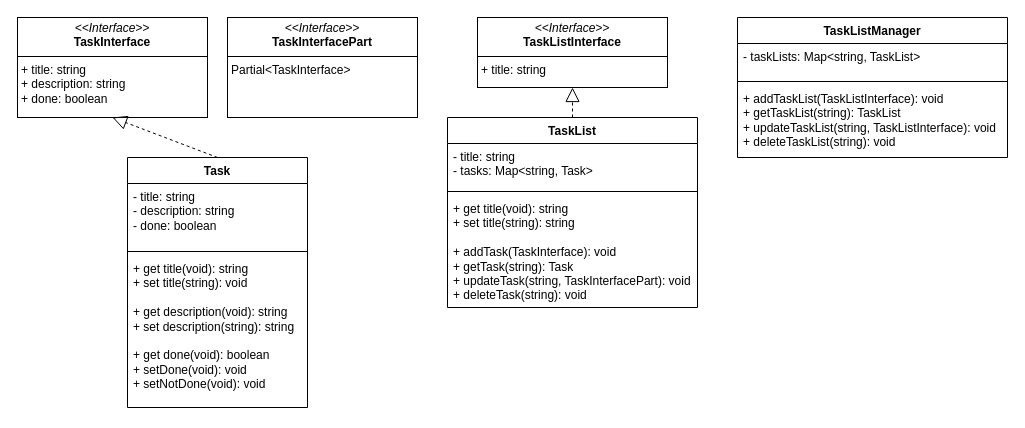
clicamal/poo-task-list keeps this draw.io diagram as poo-lista1.drawio. Above is the earlier version. Source tidied: cells renumbered, new cells numbered last; positions are measured from the earlier drawing's top-left corner, leaving out a move shared by most shapes. Both pictures are drawn from the tidied source at 100%, with x=0, y=0 at pixel (17, 17).
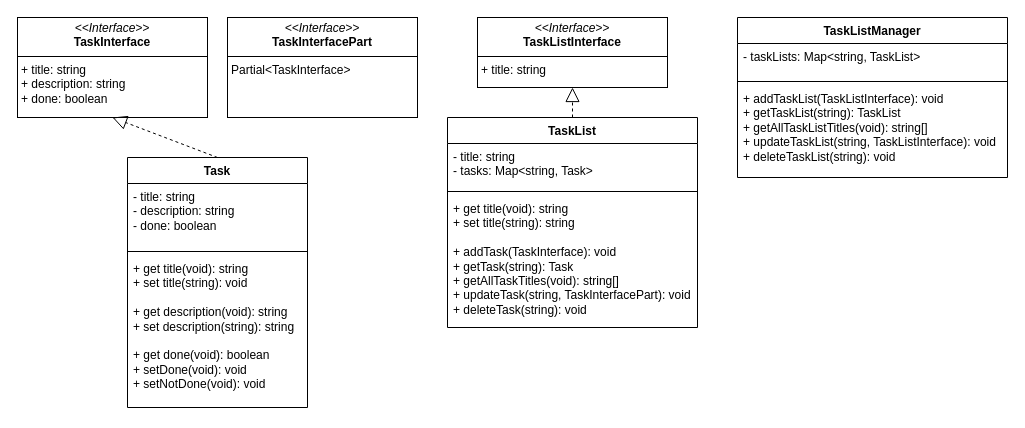
Above is the later version.

Commit message:
Atualizado diagrama

Change to the diagram source:
```diff
@@
 <mxGraphModel>
   <root>
     <mxCell id="0" />
     <mxCell id="1" parent="0" />
     <mxCell id="2" value="&lt;p style=&quot;margin:0px;margin-top:4px;text-align:center;&quot;&gt;&lt;i&gt;&amp;lt;&amp;lt;Interface&amp;gt;&amp;gt;&lt;/i&gt;&lt;br&gt;&lt;b&gt;TaskInterface&lt;/b&gt;&lt;/p&gt;&lt;hr size=&quot;1&quot; style=&quot;border-style:solid;&quot;&gt;&lt;p style=&quot;margin:0px;margin-left:4px;&quot;&gt;+ title: string&lt;br&gt;+ description: string&lt;/p&gt;&lt;p style=&quot;margin:0px;margin-left:4px;&quot;&gt;+ done: boolean&lt;/p&gt;" style="verticalAlign=top;align=left;overflow=fill;html=1;whiteSpace=wrap;" parent="1" vertex="1">
       <mxGeometry width="190" height="100" as="geometry" />
     </mxCell>
     <mxCell id="3" value="Task" style="swimlane;fontStyle=1;align=center;verticalAlign=top;horizontal=1;startSize=26;whiteSpace=wrap;html=1;" parent="1" vertex="1">
       <mxGeometry x="110" y="140" width="180" height="250" as="geometry" />
     </mxCell>
     <mxCell id="4" value="- title: string&lt;div&gt;- description: string&lt;/div&gt;&lt;div&gt;- done: boolean&lt;/div&gt;" style="text;strokeColor=none;fillColor=none;align=left;verticalAlign=top;spacingLeft=4;spacingRight=4;overflow=hidden;whiteSpace=wrap;html=1;" parent="3" vertex="1">
       <mxGeometry y="26" width="180" height="64" as="geometry" />
     </mxCell>
     <mxCell id="5" style="line;strokeWidth=1;fillColor=none;align=left;verticalAlign=middle;spacingTop=-1;spacingLeft=3;spacingRight=3;labelPosition=right;strokeColor=inherit;" parent="3" vertex="1">
       <mxGeometry y="90" width="180" height="8" as="geometry" />
     </mxCell>
     <mxCell id="6" value="+ get title(void): string&lt;div&gt;+ set title(string): void&lt;/div&gt;&lt;div&gt;&lt;br&gt;&lt;/div&gt;&lt;div&gt;+ get description(void): string&lt;/div&gt;&lt;div&gt;+ set description(string): string&lt;/div&gt;&lt;div&gt;&lt;br&gt;&lt;/div&gt;&lt;div&gt;+ get done(void): boolean&lt;/div&gt;&lt;div&gt;+ setDone(void): void&lt;/div&gt;&lt;div&gt;+ setNotDone(void): void&lt;/div&gt;" style="text;strokeColor=none;fillColor=none;align=left;verticalAlign=top;spacingLeft=4;spacingRight=4;overflow=hidden;whiteSpace=wrap;html=1;" parent="3" vertex="1">
       <mxGeometry y="98" width="180" height="152" as="geometry" />
     </mxCell>
     <mxCell id="7" style="endArrow=block;dashed=1;endFill=0;endSize=12;html=1;rounded=0;exitX=0.5;exitY=0;exitDx=0;exitDy=0;entryX=0.5;entryY=1;entryDx=0;entryDy=0;" parent="1" edge="1" source="3" target="2">
       <mxGeometry relative="1" as="geometry" />
     </mxCell>
     <mxCell id="8" value="&lt;p style=&quot;margin:0px;margin-top:4px;text-align:center;&quot;&gt;&lt;i&gt;&amp;lt;&amp;lt;Interface&amp;gt;&amp;gt;&lt;/i&gt;&lt;br&gt;&lt;b&gt;TaskListInterface&lt;/b&gt;&lt;/p&gt;&lt;hr size=&quot;1&quot; style=&quot;border-style:solid;&quot;&gt;&lt;p style=&quot;margin:0px;margin-left:4px;&quot;&gt;+ title: string&lt;/p&gt;" style="verticalAlign=top;align=left;overflow=fill;html=1;whiteSpace=wrap;" parent="1" vertex="1">
       <mxGeometry x="460" width="190" height="70" as="geometry" />
     </mxCell>
     <mxCell id="9" value="TaskList" style="swimlane;fontStyle=1;align=center;verticalAlign=top;horizontal=1;startSize=26;whiteSpace=wrap;html=1;" parent="1" vertex="1">
-      <mxGeometry x="430" y="100" width="250" height="190" as="geometry" />
+      <mxGeometry x="430" y="100" width="250" height="210" as="geometry" />
     </mxCell>
     <mxCell id="10" value="- title: string&lt;div&gt;- tasks: Map&amp;lt;string, Task&amp;gt;&lt;/div&gt;" style="text;strokeColor=none;fillColor=none;align=left;verticalAlign=top;spacingLeft=4;spacingRight=4;overflow=hidden;whiteSpace=wrap;html=1;" parent="9" vertex="1">
       <mxGeometry y="26" width="250" height="44" as="geometry" />
     </mxCell>
     <mxCell id="11" style="line;strokeWidth=1;fillColor=none;align=left;verticalAlign=middle;spacingTop=-1;spacingLeft=3;spacingRight=3;labelPosition=right;strokeColor=inherit;" parent="9" vertex="1">
       <mxGeometry y="70" width="250" height="8" as="geometry" />
     </mxCell>
-    <mxCell id="12" value="+ get title(void): string&lt;div&gt;+ set title(string): string&lt;/div&gt;&lt;div&gt;&lt;br&gt;&lt;/div&gt;&lt;div&gt;+ addTask(TaskInterface): void&lt;/div&gt;&lt;div&gt;+ getTask(string): Task&lt;/div&gt;&lt;div&gt;+ updateTask(string, TaskInterfacePart): void&lt;/div&gt;&lt;div&gt;+ deleteTask(string): void&lt;/div&gt;" style="text;strokeColor=none;fillColor=none;align=left;verticalAlign=top;spacingLeft=4;spacingRight=4;overflow=hidden;whiteSpace=wrap;html=1;" parent="9" vertex="1">
-      <mxGeometry y="78" width="250" height="112" as="geometry" />
+    <mxCell id="12" value="+ get title(void): string&lt;div&gt;+ set title(string): string&lt;/div&gt;&lt;div&gt;&lt;br&gt;&lt;/div&gt;&lt;div&gt;+ addTask(TaskInterface): void&lt;/div&gt;&lt;div&gt;+ getTask(string): Task&lt;/div&gt;&lt;div&gt;+ getAllTaskTitles(void): string[]&lt;/div&gt;&lt;div&gt;+ updateTask(string, TaskInterfacePart): void&lt;/div&gt;&lt;div&gt;+ deleteTask(string): void&lt;/div&gt;" style="text;strokeColor=none;fillColor=none;align=left;verticalAlign=top;spacingLeft=4;spacingRight=4;overflow=hidden;whiteSpace=wrap;html=1;" parent="9" vertex="1">
+      <mxGeometry y="78" width="250" height="132" as="geometry" />
     </mxCell>
     <mxCell id="13" style="endArrow=block;dashed=1;endFill=0;endSize=12;html=1;rounded=0;exitX=0.5;exitY=0;exitDx=0;exitDy=0;entryX=0.5;entryY=1;entryDx=0;entryDy=0;" parent="1" edge="1" source="9" target="8">
       <mxGeometry relative="1" as="geometry" />
     </mxCell>
     <mxCell id="14" value="TaskListManager" style="swimlane;fontStyle=1;align=center;verticalAlign=top;horizontal=1;startSize=26;whiteSpace=wrap;html=1;" parent="1" vertex="1">
-      <mxGeometry x="720" width="270" height="140" as="geometry" />
+      <mxGeometry x="720" width="270" height="160" as="geometry" />
     </mxCell>
     <mxCell id="15" value="- taskLists: Map&amp;lt;string, TaskList&amp;gt;" style="text;strokeColor=none;fillColor=none;align=left;verticalAlign=top;spacingLeft=4;spacingRight=4;overflow=hidden;whiteSpace=wrap;html=1;" parent="14" vertex="1">
       <mxGeometry y="26" width="270" height="34" as="geometry" />
     </mxCell>
     <mxCell id="16" style="line;strokeWidth=1;fillColor=none;align=left;verticalAlign=middle;spacingTop=-1;spacingLeft=3;spacingRight=3;labelPosition=right;strokeColor=inherit;" parent="14" vertex="1">
       <mxGeometry y="60" width="270" height="8" as="geometry" />
     </mxCell>
-    <mxCell id="17" value="+ addTaskList(TaskListInterface): void&lt;div&gt;+ getTaskList(string): TaskList&lt;/div&gt;&lt;div&gt;+ updateTaskList(string, TaskListInterface): void&lt;/div&gt;&lt;div&gt;+ deleteTaskList(string): void&lt;/div&gt;" style="text;strokeColor=none;fillColor=none;align=left;verticalAlign=top;spacingLeft=4;spacingRight=4;overflow=hidden;whiteSpace=wrap;html=1;" parent="14" vertex="1">
-      <mxGeometry y="68" width="270" height="72" as="geometry" />
+    <mxCell id="17" value="+ addTaskList(TaskListInterface): void&lt;div&gt;+ getTaskList(string): TaskList&lt;/div&gt;&lt;div&gt;+ getAllTaskListTitles(void): string[]&lt;/div&gt;&lt;div&gt;+ updateTaskList(string, TaskListInterface): void&lt;/div&gt;&lt;div&gt;+ deleteTaskList(string): void&lt;/div&gt;" style="text;strokeColor=none;fillColor=none;align=left;verticalAlign=top;spacingLeft=4;spacingRight=4;overflow=hidden;whiteSpace=wrap;html=1;" parent="14" vertex="1">
+      <mxGeometry y="68" width="270" height="92" as="geometry" />
     </mxCell>
     <mxCell id="18" value="&lt;p style=&quot;margin:0px;margin-top:4px;text-align:center;&quot;&gt;&lt;i&gt;&amp;lt;&amp;lt;Interface&amp;gt;&amp;gt;&lt;/i&gt;&lt;br&gt;&lt;b&gt;TaskInterfacePart&lt;/b&gt;&lt;/p&gt;&lt;hr size=&quot;1&quot; style=&quot;border-style:solid;&quot;&gt;&lt;p style=&quot;margin:0px;margin-left:4px;&quot;&gt;Partial&amp;lt;TaskInterface&amp;gt;&lt;/p&gt;" style="verticalAlign=top;align=left;overflow=fill;html=1;whiteSpace=wrap;" parent="1" vertex="1">
       <mxGeometry x="210" width="190" height="100" as="geometry" />
     </mxCell>
   </root>
 </mxGraphModel>
```
